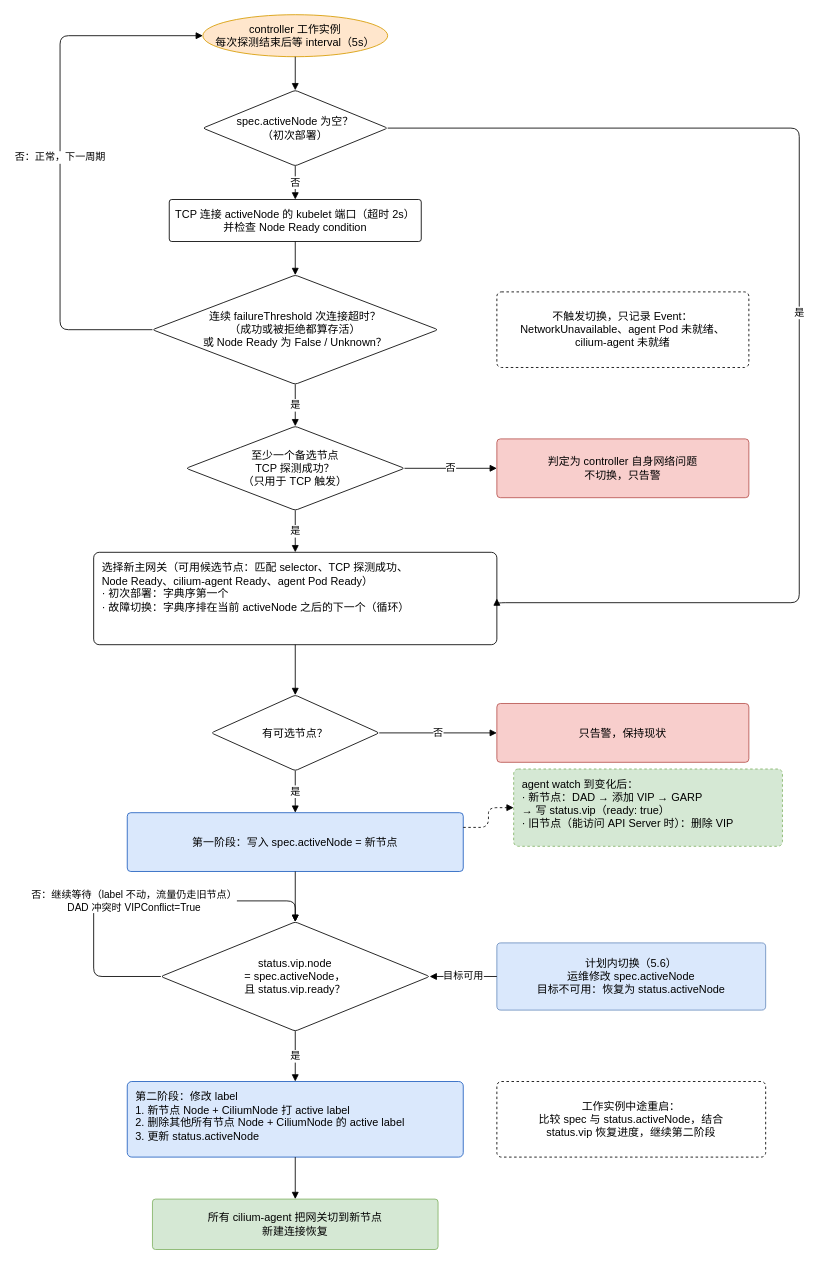
Above: docs/images/controller-workflow.drawio in spidernet-io/cilium-egressgateway-ha (draw.io), before the change. Source tidied: cells renumbered, new cells numbered last; positions are measured from the earlier drawing's top-left corner, leaving out a move shared by most shapes. Both pictures are drawn from the tidied source at 84%, with x=0, y=0 at pixel (60, 14).
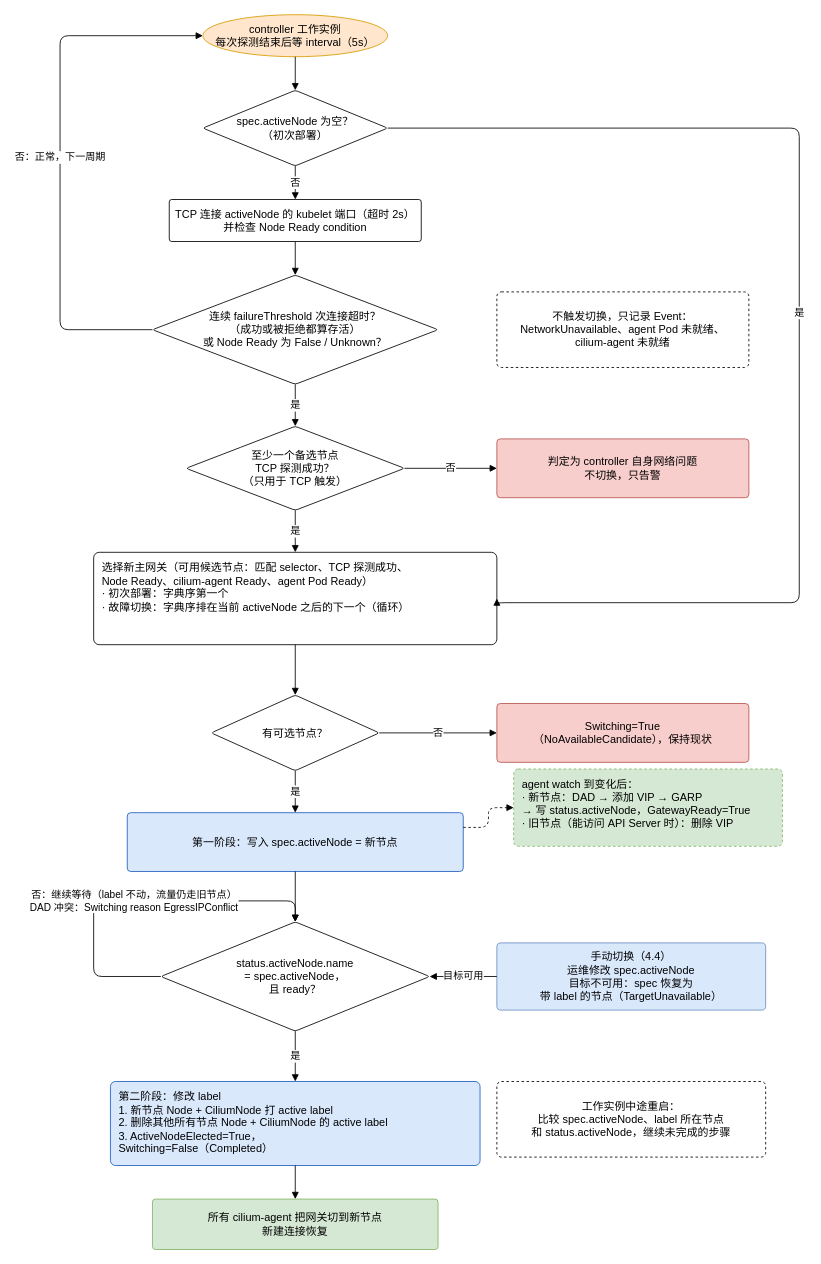
The same page after the edit.

What changed in the source:
```diff
@@
-    <mxCell id="11" value="只告警，保持现状" style="rounded=1;whiteSpace=wrap;html=1;arcSize=6;fontSize=13;fillColor=#f8cecc;strokeColor=#b85450;" parent="1" vertex="1">
+    <mxCell id="11" value="Switching=True&lt;br&gt;（NoAvailableCandidate），保持现状" style="rounded=1;whiteSpace=wrap;html=1;arcSize=6;fontSize=13;fillColor=#f8cecc;strokeColor=#b85450;" parent="1" vertex="1">
       <mxGeometry x="520" y="820" width="300" height="70" as="geometry" />
     </mxCell>
@@
-    <mxCell id="13" value="agent watch 到变化后：&lt;br&gt;· 新节点：DAD → 添加 VIP → GARP&lt;br&gt;  → 写 status.vip（ready: true）&lt;br&gt;· 旧节点（能访问 API Server 时）：删除 VIP" style="rounded=1;whiteSpace=wrap;html=1;arcSize=6;fontSize=13;dashed=1;fillColor=#d5e8d4;strokeColor=#82b366;align=left;verticalAlign=top;spacingLeft=8;spacingTop=4;" parent="1" vertex="1">
+    <mxCell id="13" value="agent watch 到变化后：&lt;br&gt;· 新节点：DAD → 添加 VIP → GARP&lt;br&gt;  → 写 status.activeNode，GatewayReady=True&lt;br&gt;· 旧节点（能访问 API Server 时）：删除 VIP" style="rounded=1;whiteSpace=wrap;html=1;arcSize=6;fontSize=13;dashed=1;fillColor=#d5e8d4;strokeColor=#82b366;align=left;verticalAlign=top;spacingLeft=8;spacingTop=4;" parent="1" vertex="1">
       <mxGeometry x="540" y="898" width="320" height="92" as="geometry" />
     </mxCell>
-    <mxCell id="14" value="status.vip.node&lt;br&gt;= spec.activeNode，&lt;br&gt;且 status.vip.ready？" style="rounded=1;whiteSpace=wrap;html=1;arcSize=6;fontSize=13;rhombus;whiteSpace=wrap;html=1;fontSize=13;fillColor=#ffffff;" parent="1" vertex="1">
+    <mxCell id="14" value="status.activeNode.name&lt;br&gt;= spec.activeNode，&lt;br&gt;且 ready？" style="rounded=1;whiteSpace=wrap;html=1;arcSize=6;fontSize=13;rhombus;whiteSpace=wrap;html=1;fontSize=13;fillColor=#ffffff;" parent="1" vertex="1">
       <mxGeometry x="120" y="1080" width="320" height="130" as="geometry" />
     </mxCell>
-    <mxCell id="15" value="计划内切换（5.6）&lt;br&gt;运维修改 spec.activeNode&lt;br&gt;目标不可用：恢复为 status.activeNode" style="rounded=1;whiteSpace=wrap;html=1;arcSize=6;fontSize=13;fillColor=#dae8fc;strokeColor=#6c8ebf;" parent="1" vertex="1">
+    <mxCell id="15" value="手动切换（4.4）&lt;br&gt;运维修改 spec.activeNode&lt;br&gt;目标不可用：spec 恢复为&lt;br&gt;带 label 的节点（TargetUnavailable）" style="rounded=1;whiteSpace=wrap;html=1;arcSize=6;fontSize=13;fillColor=#dae8fc;strokeColor=#6c8ebf;" parent="1" vertex="1">
       <mxGeometry x="520" y="1105" width="320" height="80" as="geometry" />
     </mxCell>
-    <mxCell id="16" value="第二阶段：修改 label&lt;br&gt;1. 新节点 Node + CiliumNode 打 active label&lt;br&gt;2. 删除其他所有节点 Node + CiliumNode 的 active label&lt;br&gt;3. 更新 status.activeNode" style="rounded=1;whiteSpace=wrap;html=1;arcSize=6;fontSize=13;fillColor=#dae8fc;strokeColor=#1f5fbf;align=left;verticalAlign=top;spacingLeft=8;spacingTop=4;" parent="1" vertex="1">
-      <mxGeometry x="80" y="1270" width="400" height="90" as="geometry" />
+    <mxCell id="16" value="第二阶段：修改 label&lt;br&gt;1. 新节点 Node + CiliumNode 打 active label&lt;br&gt;2. 删除其他所有节点 Node + CiliumNode 的 active label&lt;br&gt;3. ActiveNodeElected=True，&lt;br&gt;   Switching=False（Completed）" style="rounded=1;whiteSpace=wrap;html=1;arcSize=6;fontSize=13;fillColor=#dae8fc;strokeColor=#1f5fbf;align=left;verticalAlign=top;spacingLeft=8;spacingTop=4;" parent="1" vertex="1">
+      <mxGeometry x="60" y="1270" width="440" height="100" as="geometry" />
     </mxCell>
@@
-    <mxCell id="18" value="工作实例中途重启：&lt;br&gt;比较 spec 与 status.activeNode，结合&lt;br&gt;status.vip 恢复进度，继续第二阶段" style="rounded=1;whiteSpace=wrap;html=1;arcSize=6;fontSize=13;dashed=1;fillColor=#ffffff;" parent="1" vertex="1">
+    <mxCell id="18" value="工作实例中途重启：&lt;br&gt;比较 spec.activeNode、label 所在节点&lt;br&gt;和 status.activeNode，继续未完成的步骤" style="rounded=1;whiteSpace=wrap;html=1;arcSize=6;fontSize=13;dashed=1;fillColor=#ffffff;" parent="1" vertex="1">
       <mxGeometry x="520" y="1270" width="320" height="90" as="geometry" />
     </mxCell>
@@
-    <mxCell id="32" value="否：继续等待（label 不动，流量仍走旧节点）&lt;br&gt;DAD 冲突时 VIPConflict=True" style="edgeStyle=orthogonalEdgeStyle;rounded=1;html=1;endArrow=block;endFill=1;fontSize=12;labelBackgroundColor=#ffffff;exitX=0;exitY=0.5;entryX=0.5;entryY=0;" parent="1" edge="1" source="14" target="14">
+    <mxCell id="32" value="否：继续等待（label 不动，流量仍走旧节点）&lt;br&gt;DAD 冲突：Switching reason EgressIPConflict" style="edgeStyle=orthogonalEdgeStyle;rounded=1;html=1;endArrow=block;endFill=1;fontSize=12;labelBackgroundColor=#ffffff;exitX=0;exitY=0.5;entryX=0.5;entryY=0;" parent="1" edge="1" source="14" target="14">
       <mxGeometry relative="1" as="geometry">
         <Array as="points">
           <mxPoint x="40" y="1145" />
           <mxPoint x="40" y="1055" />
           <mxPoint x="280" y="1055" />
         </Array>
       </mxGeometry>
     </mxCell>
```
